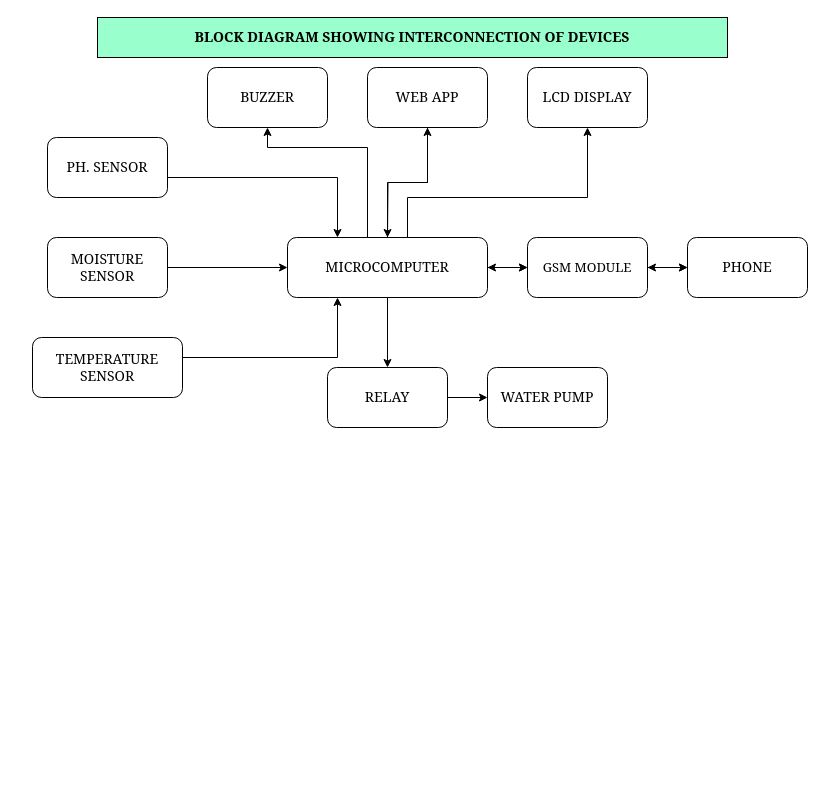
Err555/Smart-Irrigation-System keeps this draw.io diagram as _Add.Inn/_Diagrams/Block_diagram.drawio. Above is the earlier version. Source tidied: cells renumbered, new cells numbered last; positions are measured from the earlier drawing's top-left corner, leaving out a move shared by most shapes. Both pictures are drawn from the tidied source at 100%, with x=0, y=0 at pixel (32, 17).
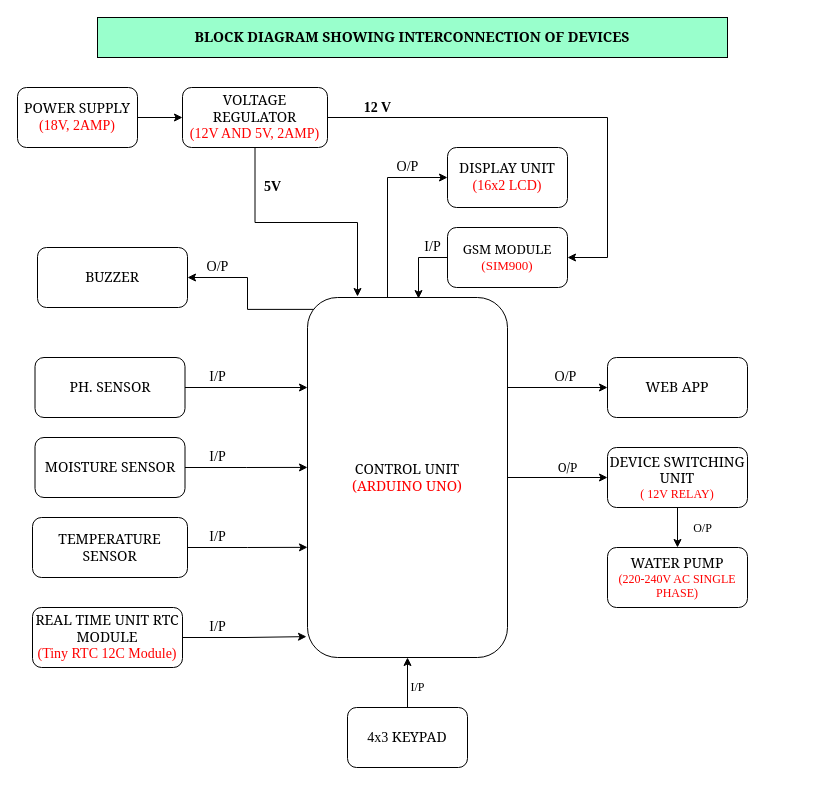
The same page after the edit.

What changed in the source:
```diff
@@
-    <mxCell id="2" style="edgeStyle=orthogonalEdgeStyle;rounded=0;jettySize=auto;html=1;fontFamily=Georgia;entryX=0.25;entryY=0;entryDx=0;entryDy=0;" parent="1" edge="1" source="3" target="13">
-      <mxGeometry relative="1" as="geometry">
-        <Array as="points">
-          <mxPoint x="305" y="160" />
-        </Array>
-      </mxGeometry>
+    <mxCell id="2" style="edgeStyle=orthogonalEdgeStyle;rounded=0;jettySize=auto;html=1;entryX=0;entryY=0.25;entryDx=0;entryDy=0;fontFamily=Times New Roman;fontSize=14;fontColor=#FF0000;" parent="1" edge="1" source="3" target="13">
+      <mxGeometry relative="1" as="geometry" />
     </mxCell>
     <mxCell id="3" value="&lt;font face=&quot;Georgia&quot; style=&quot;font-size: 14px&quot;&gt;PH. SENSOR&lt;/font&gt;" style="rounded=1;whiteSpace=wrap;html=1;" parent="1" vertex="1">
-      <mxGeometry x="15" y="120" width="120" height="60" as="geometry" />
+      <mxGeometry x="2.5" y="340" width="150" height="60" as="geometry" />
     </mxCell>
-    <mxCell id="4" style="edgeStyle=orthogonalEdgeStyle;rounded=0;jettySize=auto;html=1;entryX=0.25;entryY=1;entryDx=0;entryDy=0;fontFamily=Georgia;" parent="1" edge="1" source="5" target="13">
-      <mxGeometry relative="1" as="geometry">
-        <Array as="points">
-          <mxPoint x="305" y="340" />
-        </Array>
-      </mxGeometry>
+    <mxCell id="4" style="edgeStyle=orthogonalEdgeStyle;rounded=0;jettySize=auto;html=1;entryX=0;entryY=0.694;entryDx=0;entryDy=0;entryPerimeter=0;fontFamily=Times New Roman;fontSize=14;fontColor=#FF0000;" parent="1" edge="1" source="5" target="13">
+      <mxGeometry relative="1" as="geometry" />
     </mxCell>
     <mxCell id="5" value="&lt;font face=&quot;Georgia&quot; style=&quot;font-size: 14px&quot;&gt;TEMPERATURE SENSOR&lt;/font&gt;" style="rounded=1;whiteSpace=wrap;html=1;" parent="1" vertex="1">
-      <mxGeometry y="320" width="150" height="60" as="geometry" />
+      <mxGeometry y="500" width="155" height="60" as="geometry" />
     </mxCell>
-    <mxCell id="6" style="edgeStyle=orthogonalEdgeStyle;rounded=0;jettySize=auto;html=1;fontFamily=Georgia;" parent="1" edge="1" source="7" target="13">
+    <mxCell id="6" style="edgeStyle=orthogonalEdgeStyle;rounded=0;jettySize=auto;html=1;entryX=0;entryY=0.472;entryDx=0;entryDy=0;entryPerimeter=0;fontFamily=Times New Roman;fontSize=14;fontColor=#FF0000;" parent="1" edge="1" source="7" target="13">
       <mxGeometry relative="1" as="geometry" />
     </mxCell>
     <mxCell id="7" value="&lt;font face=&quot;Georgia&quot; style=&quot;font-size: 14px&quot;&gt;MOISTURE SENSOR&lt;/font&gt;" style="rounded=1;whiteSpace=wrap;html=1;" parent="1" vertex="1">
-      <mxGeometry x="15" y="220" width="120" height="60" as="geometry" />
+      <mxGeometry x="2.5" y="420" width="150" height="60" as="geometry" />
     </mxCell>
-    <mxCell id="8" style="edgeStyle=orthogonalEdgeStyle;rounded=0;jettySize=auto;html=1;fontFamily=Georgia;" parent="1" edge="1" source="13" target="15">
-      <mxGeometry relative="1" as="geometry" />
-    </mxCell>
+    <mxCell id="11" style="edgeStyle=orthogonalEdgeStyle;rounded=0;jettySize=auto;html=1;entryX=0;entryY=0.5;entryDx=0;entryDy=0;fontFamily=Georgia;fontSize=14;fontColor=#FF0000;" parent="1" edge="1" source="13" target="22">
+      <mxGeometry relative="1" as="geometry">
+        <Array as="points">
+          <mxPoint x="355" y="160" />
+        </Array>
+      </mxGeometry>
+    </mxCell>
-    <mxCell id="9" style="edgeStyle=orthogonalEdgeStyle;rounded=0;jettySize=auto;html=1;fontFamily=Georgia;fontSize=14;" parent="1" edge="1" source="13" target="19">
-      <mxGeometry relative="1" as="geometry">
-        <Array as="points">
-          <mxPoint x="335" y="130" />
-          <mxPoint x="235" y="130" />
-        </Array>
-      </mxGeometry>
+    <mxCell id="9" style="edgeStyle=orthogonalEdgeStyle;rounded=0;jettySize=auto;html=1;exitX=0.035;exitY=0.033;exitDx=0;exitDy=0;entryX=1;entryY=0.5;entryDx=0;entryDy=0;fontFamily=Times New Roman;fontSize=14;fontColor=#000000;exitPerimeter=0;" parent="1" edge="1" source="13" target="19">
+      <mxGeometry relative="1" as="geometry" />
     </mxCell>
-    <mxCell id="10" style="edgeStyle=orthogonalEdgeStyle;rounded=0;jettySize=auto;html=1;fontFamily=Georgia;fontSize=14;" parent="1" edge="1" source="13" target="21">
+    <mxCell id="10" style="edgeStyle=orthogonalEdgeStyle;rounded=0;jettySize=auto;html=1;exitX=1;exitY=0.25;exitDx=0;exitDy=0;entryX=0;entryY=0.5;entryDx=0;entryDy=0;fontFamily=Times New Roman;fontSize=14;fontColor=#000000;" parent="1" edge="1" source="13" target="21">
       <mxGeometry relative="1" as="geometry" />
     </mxCell>
-    <mxCell id="11" style="edgeStyle=orthogonalEdgeStyle;rounded=0;jettySize=auto;html=1;fontFamily=Georgia;fontSize=14;exitX=0.75;exitY=0;exitDx=0;exitDy=0;" parent="1" edge="1" source="13" target="22">
-      <mxGeometry relative="1" as="geometry">
-        <Array as="points">
-          <mxPoint x="375" y="220" />
-          <mxPoint x="375" y="180" />
-          <mxPoint x="555" y="180" />
-        </Array>
-      </mxGeometry>
-    </mxCell>
-    <mxCell id="12" style="edgeStyle=orthogonalEdgeStyle;rounded=0;jettySize=auto;html=1;fontFamily=Georgia;fontSize=14;" parent="1" edge="1" source="13" target="24">
-      <mxGeometry relative="1" as="geometry" />
-    </mxCell>
+    <mxCell id="27" style="edgeStyle=orthogonalEdgeStyle;rounded=0;jettySize=auto;html=1;fontFamily=Times New Roman;fontSize=14;fontColor=#000000;" parent="1" edge="1" source="13" target="47">
+      <mxGeometry relative="1" as="geometry" />
+    </mxCell>
-    <mxCell id="13" value="&lt;font face=&quot;Georgia&quot; style=&quot;font-size: 14px&quot;&gt;MICROCOMPUTER&lt;/font&gt;" style="whiteSpace=wrap;html=1;rounded=1;" parent="1" vertex="1">
-      <mxGeometry x="255" y="220" width="200" height="60" as="geometry" />
+    <mxCell id="13" value="&lt;font face=&quot;Georgia&quot; style=&quot;font-size: 14px&quot;&gt;CONTROL UNIT&lt;br&gt;&lt;font color=&quot;#ff0000&quot;&gt;(ARDUINO UNO)&lt;/font&gt;&lt;br&gt;&lt;/font&gt;" style="whiteSpace=wrap;html=1;rounded=1;" parent="1" vertex="1">
+      <mxGeometry x="275" y="280" width="200" height="360" as="geometry" />
     </mxCell>
-    <mxCell id="14" style="edgeStyle=orthogonalEdgeStyle;rounded=0;jettySize=auto;html=1;fontFamily=Georgia;fontSize=14;" parent="1" edge="1" source="15" target="16">
-      <mxGeometry relative="1" as="geometry" />
-    </mxCell>
+    <mxCell id="28" style="edgeStyle=orthogonalEdgeStyle;rounded=0;jettySize=auto;html=1;exitX=0;exitY=0.5;exitDx=0;exitDy=0;entryX=0.555;entryY=0.003;entryDx=0;entryDy=0;entryPerimeter=0;fontFamily=Times New Roman;fontSize=12;fontColor=#000000;" parent="1" edge="1" source="15" target="13">
+      <mxGeometry relative="1" as="geometry" />
+    </mxCell>
-    <mxCell id="15" value="&lt;font face=&quot;Georgia&quot; style=&quot;font-size: 13px&quot;&gt;GSM MODULE&lt;/font&gt;" style="whiteSpace=wrap;html=1;rounded=1;" parent="1" vertex="1">
-      <mxGeometry x="495" y="220" width="120" height="60" as="geometry" />
+    <mxCell id="15" value="&lt;font style=&quot;font-size: 13px&quot;&gt;&lt;font face=&quot;Georgia&quot;&gt;GSM MODULE&lt;/font&gt;&lt;br&gt;&lt;font color=&quot;#ff0000&quot; face=&quot;Times New Roman&quot;&gt;(SIM900)&lt;/font&gt;&lt;br&gt;&lt;/font&gt;" style="whiteSpace=wrap;html=1;rounded=1;" parent="1" vertex="1">
+      <mxGeometry x="415" y="210" width="120" height="60" as="geometry" />
     </mxCell>
-    <mxCell id="16" value="&lt;font face=&quot;Georgia&quot; style=&quot;font-size: 14px&quot;&gt;PHONE&lt;/font&gt;" style="whiteSpace=wrap;html=1;rounded=1;" parent="1" vertex="1">
-      <mxGeometry x="655" y="220" width="120" height="60" as="geometry" />
-    </mxCell>
-    <mxCell id="17" style="endArrow=classic;startArrow=classic;html=1;rounded=0;fontFamily=Georgia;fontSize=14;entryX=1;entryY=0.5;entryDx=0;entryDy=0;exitX=0;exitY=0.5;exitDx=0;exitDy=0;" parent="1" edge="1" source="16" target="15">
-      <mxGeometry relative="1" as="geometry" />
-    </mxCell>
-    <mxCell id="18" style="endArrow=classic;startArrow=classic;html=1;rounded=0;fontFamily=Georgia;fontSize=14;entryX=1;entryY=0.5;entryDx=0;entryDy=0;" parent="1" edge="1" target="13">
-      <mxGeometry relative="1" as="geometry">
-        <mxPoint x="495" y="250" as="sourcePoint" />
-      </mxGeometry>
-    </mxCell>
     <mxCell id="19" value="&lt;font face=&quot;Georgia&quot; style=&quot;font-size: 14px&quot;&gt;BUZZER&lt;/font&gt;" style="whiteSpace=wrap;html=1;rounded=1;" parent="1" vertex="1">
-      <mxGeometry x="175" y="50" width="120" height="60" as="geometry" />
+      <mxGeometry x="5" y="230" width="150" height="60" as="geometry" />
     </mxCell>
-    <mxCell id="20" style="edgeStyle=orthogonalEdgeStyle;rounded=0;jettySize=auto;html=1;fontFamily=Georgia;fontSize=14;" parent="1" edge="1" source="21">
-      <mxGeometry relative="1" as="geometry">
-        <mxPoint x="355" y="220" as="targetPoint" />
-      </mxGeometry>
-    </mxCell>
     <mxCell id="21" value="&lt;font style=&quot;font-size: 14px&quot; face=&quot;Georgia&quot;&gt;WEB APP&lt;/font&gt;" style="whiteSpace=wrap;html=1;rounded=1;" parent="1" vertex="1">
-      <mxGeometry x="335" y="50" width="120" height="60" as="geometry" />
+      <mxGeometry x="575" y="340" width="140" height="60" as="geometry" />
     </mxCell>
-    <mxCell id="22" value="&lt;font face=&quot;Georgia&quot; style=&quot;font-size: 14px&quot;&gt;LCD DISPLAY&lt;/font&gt;" style="whiteSpace=wrap;html=1;rounded=1;" parent="1" vertex="1">
-      <mxGeometry x="495" y="50" width="120" height="60" as="geometry" />
+    <mxCell id="22" value="&lt;font style=&quot;font-size: 14px&quot;&gt;&lt;font face=&quot;Georgia&quot;&gt;DISPLAY UNIT&lt;/font&gt;&lt;br&gt;&lt;font color=&quot;#ff0000&quot; face=&quot;Times New Roman&quot;&gt;(16x2 LCD)&lt;/font&gt;&lt;br&gt;&lt;/font&gt;" style="whiteSpace=wrap;html=1;rounded=1;" parent="1" vertex="1">
+      <mxGeometry x="415" y="130" width="120" height="60" as="geometry" />
     </mxCell>
-    <mxCell id="23" style="edgeStyle=orthogonalEdgeStyle;rounded=0;jettySize=auto;html=1;fontFamily=Georgia;fontSize=14;" parent="1" edge="1" source="24" target="25">
-      <mxGeometry relative="1" as="geometry" />
-    </mxCell>
-    <mxCell id="24" value="&lt;font style=&quot;font-size: 14px&quot; face=&quot;Georgia&quot;&gt;RELAY&lt;/font&gt;" style="whiteSpace=wrap;html=1;rounded=1;" parent="1" vertex="1">
-      <mxGeometry x="295" y="350" width="120" height="60" as="geometry" />
-    </mxCell>
-    <mxCell id="25" value="&lt;font style=&quot;font-size: 14px&quot; face=&quot;Georgia&quot;&gt;WATER PUMP&lt;/font&gt;" style="whiteSpace=wrap;html=1;rounded=1;" parent="1" vertex="1">
-      <mxGeometry x="455" y="350" width="120" height="60" as="geometry" />
-    </mxCell>
@@
+    <mxCell id="29" style="edgeStyle=orthogonalEdgeStyle;rounded=0;jettySize=auto;html=1;fontFamily=Georgia;fontSize=14;fontColor=#FF0000;" parent="1" edge="1" source="30" target="33">
+      <mxGeometry relative="1" as="geometry" />
+    </mxCell>
+    <mxCell id="30" value="&lt;font style=&quot;font-size: 14px&quot;&gt;&lt;font face=&quot;Georgia&quot;&gt;POWER SUPPLY&lt;/font&gt;&lt;br&gt;&lt;font color=&quot;#ff0000&quot; style=&quot;font-size: 14px&quot; face=&quot;Times New Roman&quot;&gt;(18V, 2AMP)&lt;/font&gt;&lt;/font&gt;" style="rounded=1;whiteSpace=wrap;html=1;" parent="1" vertex="1">
+      <mxGeometry x="-15" y="70" width="120" height="60" as="geometry" />
+    </mxCell>
+    <mxCell id="31" style="edgeStyle=orthogonalEdgeStyle;rounded=0;jettySize=auto;html=1;exitX=1;exitY=0.5;exitDx=0;exitDy=0;entryX=1;entryY=0.5;entryDx=0;entryDy=0;fontFamily=Georgia;fontSize=14;fontColor=#FF0000;" parent="1" edge="1" source="33" target="15">
+      <mxGeometry relative="1" as="geometry">
+        <Array as="points">
+          <mxPoint x="575" y="100" />
+          <mxPoint x="575" y="240" />
+        </Array>
+      </mxGeometry>
+    </mxCell>
+    <mxCell id="32" style="edgeStyle=orthogonalEdgeStyle;rounded=0;jettySize=auto;html=1;fontFamily=Times New Roman;fontSize=14;fontColor=#000000;" parent="1" edge="1" source="33">
+      <mxGeometry relative="1" as="geometry">
+        <mxPoint x="325" y="279" as="targetPoint" />
+        <Array as="points">
+          <mxPoint x="223" y="205" />
+          <mxPoint x="325" y="205" />
+          <mxPoint x="325" y="279" />
+        </Array>
+      </mxGeometry>
+    </mxCell>
+    <mxCell id="33" value="&lt;font style=&quot;font-size: 14px&quot;&gt;&lt;font face=&quot;Georgia&quot;&gt;VOLTAGE REGULATOR&lt;/font&gt;&lt;br&gt;&lt;font color=&quot;#ff0000&quot; style=&quot;font-size: 14px&quot; face=&quot;Times New Roman&quot;&gt;(12V AND 5V, 2AMP)&lt;/font&gt;&lt;/font&gt;" style="rounded=1;whiteSpace=wrap;html=1;" parent="1" vertex="1">
+      <mxGeometry x="150" y="70" width="145" height="60" as="geometry" />
+    </mxCell>
+    <mxCell id="34" value="&lt;font color=&quot;#000000&quot; face=&quot;Times New Roman&quot;&gt;&lt;b&gt;12 V&lt;/b&gt;&lt;/font&gt;" style="text;html=1;align=center;verticalAlign=middle;strokeColor=none;fillColor=none;fontSize=14;fontFamily=Georgia;fontColor=#FF0000;" parent="1" vertex="1">
+      <mxGeometry x="325" y="80" width="40" height="20" as="geometry" />
+    </mxCell>
+    <mxCell id="35" value="&lt;b&gt;5V&lt;/b&gt;" style="text;html=1;align=center;verticalAlign=middle;strokeColor=none;fillColor=none;fontSize=14;fontFamily=Times New Roman;fontColor=#000000;" parent="1" vertex="1">
+      <mxGeometry x="225" y="160" width="30" height="20" as="geometry" />
+    </mxCell>
+    <mxCell id="36" value="O/P" style="text;html=1;align=center;verticalAlign=middle;strokeColor=none;fillColor=none;fontSize=14;fontFamily=Times New Roman;fontColor=#000000;" parent="1" vertex="1">
+      <mxGeometry x="355" y="140" width="40" height="20" as="geometry" />
+    </mxCell>
+    <mxCell id="37" value="I/P" style="text;html=1;align=center;verticalAlign=middle;strokeColor=none;fillColor=none;fontSize=14;fontFamily=Times New Roman;fontColor=#000000;" parent="1" vertex="1">
+      <mxGeometry x="385" y="220" width="30" height="20" as="geometry" />
+    </mxCell>
+    <mxCell id="38" style="edgeStyle=orthogonalEdgeStyle;rounded=0;jettySize=auto;html=1;entryX=-0.005;entryY=0.942;entryDx=0;entryDy=0;entryPerimeter=0;fontFamily=Times New Roman;fontSize=14;fontColor=#FF0000;" parent="1" edge="1" source="39" target="13">
+      <mxGeometry relative="1" as="geometry" />
+    </mxCell>
+    <mxCell id="39" value="&lt;font style=&quot;font-size: 14px&quot;&gt;&lt;font face=&quot;Georgia&quot;&gt;REAL TIME UNIT RTC MODULE&lt;/font&gt;&lt;br&gt;&lt;font color=&quot;#ff0000&quot; face=&quot;Times New Roman&quot;&gt;(Tiny RTC 12C Module)&lt;/font&gt;&lt;br&gt;&lt;/font&gt;" style="rounded=1;whiteSpace=wrap;html=1;" parent="1" vertex="1">
+      <mxGeometry y="590" width="150" height="60" as="geometry" />
+    </mxCell>
+    <mxCell id="40" value="&lt;font color=&quot;#000000&quot;&gt;I/P&lt;/font&gt;" style="text;html=1;align=center;verticalAlign=middle;strokeColor=none;fillColor=none;fontSize=14;fontFamily=Times New Roman;fontColor=#FF0000;" parent="1" vertex="1">
+      <mxGeometry x="170" y="350" width="30" height="20" as="geometry" />
+    </mxCell>
+    <mxCell id="41" value="I/P" style="text;html=1;align=center;verticalAlign=middle;strokeColor=none;fillColor=none;fontSize=14;fontFamily=Times New Roman;fontColor=#000000;" parent="1" vertex="1">
+      <mxGeometry x="170" y="430" width="30" height="20" as="geometry" />
+    </mxCell>
+    <mxCell id="42" value="I/P" style="text;html=1;align=center;verticalAlign=middle;strokeColor=none;fillColor=none;fontSize=14;fontFamily=Times New Roman;fontColor=#000000;" parent="1" vertex="1">
+      <mxGeometry x="170" y="510" width="30" height="20" as="geometry" />
+    </mxCell>
+    <mxCell id="43" value="I/P" style="text;html=1;align=center;verticalAlign=middle;strokeColor=none;fillColor=none;fontSize=14;fontFamily=Times New Roman;fontColor=#000000;" parent="1" vertex="1">
+      <mxGeometry x="170" y="600" width="30" height="20" as="geometry" />
+    </mxCell>
+    <mxCell id="44" value="O/P" style="text;html=1;align=center;verticalAlign=middle;strokeColor=none;fillColor=none;fontSize=14;fontFamily=Times New Roman;fontColor=#000000;" parent="1" vertex="1">
+      <mxGeometry x="165" y="240" width="40" height="20" as="geometry" />
+    </mxCell>
+    <mxCell id="45" value="O/P" style="text;html=1;align=center;verticalAlign=middle;strokeColor=none;fillColor=none;fontSize=14;fontFamily=Times New Roman;fontColor=#000000;" parent="1" vertex="1">
+      <mxGeometry x="512.5" y="350" width="40" height="20" as="geometry" />
+    </mxCell>
+    <mxCell id="46" style="edgeStyle=orthogonalEdgeStyle;rounded=0;jettySize=auto;html=1;fontFamily=Georgia;fontSize=12;fontColor=#000000;" parent="1" edge="1" source="47" target="49">
+      <mxGeometry relative="1" as="geometry" />
+    </mxCell>
+    <mxCell id="47" value="&lt;font face=&quot;Georgia&quot; style=&quot;font-size: 14px&quot;&gt;DEVICE SWITCHING UNIT&lt;/font&gt;&lt;br&gt;&lt;font color=&quot;#ff0000&quot; face=&quot;Times New Roman&quot;&gt;( 12V RELAY)&lt;/font&gt;" style="whiteSpace=wrap;html=1;rounded=1;" parent="1" vertex="1">
+      <mxGeometry x="575" y="430" width="140" height="60" as="geometry" />
+    </mxCell>
+    <mxCell id="48" value="&lt;font color=&quot;#000000&quot; style=&quot;font-size: 12px&quot;&gt;O/P&lt;/font&gt;" style="text;html=1;align=center;verticalAlign=middle;strokeColor=none;fillColor=none;fontSize=14;fontFamily=Georgia;fontColor=#FF0000;" parent="1" vertex="1">
+      <mxGeometry x="515" y="440" width="40" height="20" as="geometry" />
+    </mxCell>
+    <mxCell id="49" value="&lt;font face=&quot;Georgia&quot; style=&quot;font-size: 14px&quot;&gt;WATER PUMP&lt;/font&gt;&lt;br&gt;&lt;font face=&quot;Times New Roman&quot; color=&quot;#ff0000&quot;&gt;(220-240V AC SINGLE PHASE)&lt;/font&gt;" style="whiteSpace=wrap;html=1;rounded=1;" parent="1" vertex="1">
+      <mxGeometry x="575" y="530" width="140" height="60" as="geometry" />
+    </mxCell>
+    <mxCell id="50" value="&lt;font color=&quot;#000000&quot; face=&quot;Times New Roman&quot; style=&quot;font-size: 12px&quot;&gt;O/P&lt;/font&gt;" style="text;html=1;align=center;verticalAlign=middle;strokeColor=none;fillColor=none;fontSize=14;fontFamily=Georgia;fontColor=#FF0000;" parent="1" vertex="1">
+      <mxGeometry x="655" y="500" width="30" height="20" as="geometry" />
+    </mxCell>
+    <mxCell id="51" style="edgeStyle=orthogonalEdgeStyle;rounded=0;jettySize=auto;html=1;entryX=0.5;entryY=1;entryDx=0;entryDy=0;fontFamily=Times New Roman;fontSize=12;fontColor=#000000;" parent="1" edge="1" source="52" target="13">
+      <mxGeometry relative="1" as="geometry" />
+    </mxCell>
+    <mxCell id="52" value="&lt;font style=&quot;font-size: 14px&quot; face=&quot;Times New Roman&quot;&gt;4x3 &lt;/font&gt;&lt;font face=&quot;Georgia&quot; style=&quot;font-size: 14px&quot;&gt;KEYPAD&lt;/font&gt;" style="rounded=1;whiteSpace=wrap;html=1;" parent="1" vertex="1">
+      <mxGeometry x="315" y="690" width="120" height="60" as="geometry" />
+    </mxCell>
+    <mxCell id="53" value="I/P" style="text;html=1;align=center;verticalAlign=middle;strokeColor=none;fillColor=none;fontSize=12;fontFamily=Times New Roman;fontColor=#000000;" parent="1" vertex="1">
+      <mxGeometry x="370" y="660" width="30" height="20" as="geometry" />
+    </mxCell>
```
